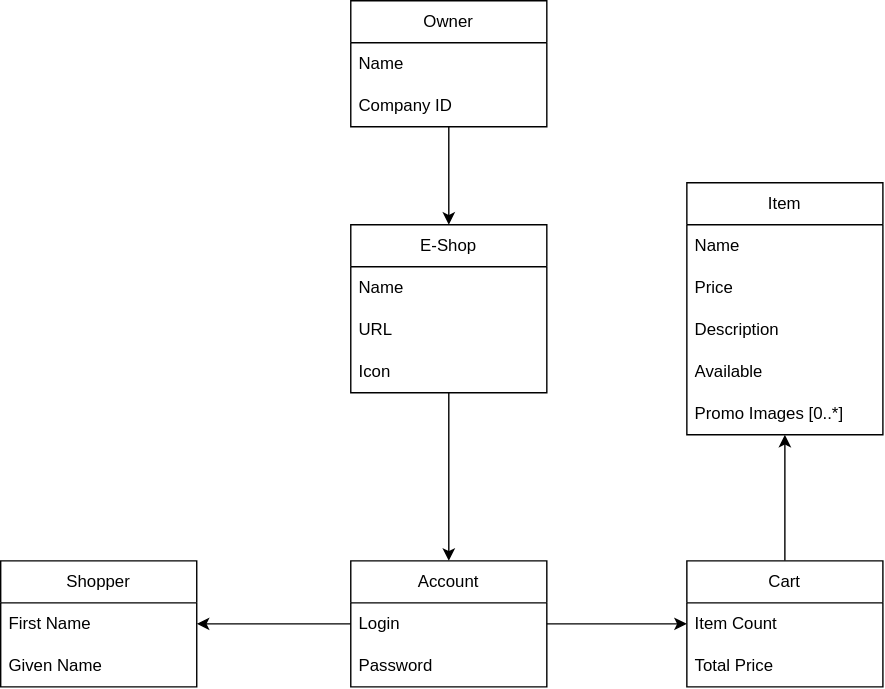
This is HW3/model/hierarchy-1.svg from Me8mer/NPRG036-Data-Formats, a draw.io export, as it was before one commit. Source tidied: cells renumbered, new cells last; positions are measured from the earlier drawing's top-left corner, leaving out a move shared by most shapes. The source it was exported from:
```xml
<mxGraphModel>
  <root>
    <mxCell id="0" />
    <mxCell id="1" parent="0" />
    <mxCell id="2" style="edgeStyle=orthogonalEdgeStyle;rounded=0;jettySize=auto;html=1;" parent="1" edge="1" source="3" target="16">
      <mxGeometry relative="1" as="geometry" />
    </mxCell>
    <mxCell id="3" value="E-Shop" style="swimlane;fontStyle=0;horizontal=1;startSize=30;whiteSpace=wrap;html=1;" parent="1" vertex="1">
      <mxGeometry x="250" y="160" width="140" height="120" as="geometry" />
    </mxCell>
    <mxCell id="4" value="Name" style="text;strokeColor=none;fillColor=none;align=left;verticalAlign=middle;spacingLeft=4;spacingRight=4;overflow=hidden;whiteSpace=wrap;html=1;" parent="3" vertex="1">
      <mxGeometry y="30" width="140" height="30" as="geometry" />
    </mxCell>
    <mxCell id="5" value="URL" style="text;strokeColor=none;fillColor=none;align=left;verticalAlign=middle;spacingLeft=4;spacingRight=4;overflow=hidden;whiteSpace=wrap;html=1;" parent="3" vertex="1">
      <mxGeometry y="60" width="140" height="30" as="geometry" />
    </mxCell>
    <mxCell id="6" value="Icon" style="text;strokeColor=none;fillColor=none;align=left;verticalAlign=middle;spacingLeft=4;spacingRight=4;overflow=hidden;whiteSpace=wrap;html=1;" parent="3" vertex="1">
      <mxGeometry y="90" width="140" height="30" as="geometry" />
    </mxCell>
    <mxCell id="7" style="edgeStyle=orthogonalEdgeStyle;rounded=0;jettySize=auto;html=1;" parent="1" edge="1" source="8" target="3">
      <mxGeometry relative="1" as="geometry" />
    </mxCell>
    <mxCell id="8" value="Owner" style="swimlane;fontStyle=0;horizontal=1;startSize=30;whiteSpace=wrap;html=1;" parent="1" vertex="1">
      <mxGeometry x="250" width="140" height="90" as="geometry" />
    </mxCell>
    <mxCell id="9" value="Name" style="text;strokeColor=none;fillColor=none;align=left;verticalAlign=middle;spacingLeft=4;spacingRight=4;overflow=hidden;whiteSpace=wrap;html=1;" parent="8" vertex="1">
      <mxGeometry y="30" width="140" height="30" as="geometry" />
    </mxCell>
    <mxCell id="10" value="Company ID" style="text;strokeColor=none;fillColor=none;align=left;verticalAlign=middle;spacingLeft=4;spacingRight=4;overflow=hidden;whiteSpace=wrap;html=1;" parent="8" vertex="1">
      <mxGeometry y="60" width="140" height="30" as="geometry" />
    </mxCell>
    <mxCell id="11" value="Shopper" style="swimlane;fontStyle=0;horizontal=1;startSize=30;whiteSpace=wrap;html=1;" parent="1" vertex="1">
      <mxGeometry y="400" width="140" height="90" as="geometry" />
    </mxCell>
    <mxCell id="12" value="First Name" style="text;strokeColor=none;fillColor=none;align=left;verticalAlign=middle;spacingLeft=4;spacingRight=4;overflow=hidden;whiteSpace=wrap;html=1;" parent="11" vertex="1">
      <mxGeometry y="30" width="140" height="30" as="geometry" />
    </mxCell>
    <mxCell id="13" value="Given Name" style="text;strokeColor=none;fillColor=none;align=left;verticalAlign=middle;spacingLeft=4;spacingRight=4;overflow=hidden;whiteSpace=wrap;html=1;" parent="11" vertex="1">
      <mxGeometry y="60" width="140" height="30" as="geometry" />
    </mxCell>
    <mxCell id="14" style="edgeStyle=orthogonalEdgeStyle;rounded=0;jettySize=auto;html=1;" parent="1" edge="1" source="16" target="26">
      <mxGeometry relative="1" as="geometry" />
    </mxCell>
    <mxCell id="15" style="edgeStyle=orthogonalEdgeStyle;rounded=0;jettySize=auto;html=1;" parent="1" edge="1" source="16" target="11">
      <mxGeometry relative="1" as="geometry" />
    </mxCell>
    <mxCell id="16" value="Account" style="swimlane;fontStyle=0;horizontal=1;startSize=30;whiteSpace=wrap;html=1;" parent="1" vertex="1">
      <mxGeometry x="250" y="400" width="140" height="90" as="geometry" />
    </mxCell>
    <mxCell id="17" value="Login" style="text;strokeColor=none;fillColor=none;align=left;verticalAlign=middle;spacingLeft=4;spacingRight=4;overflow=hidden;whiteSpace=wrap;html=1;" parent="16" vertex="1">
      <mxGeometry y="30" width="140" height="30" as="geometry" />
    </mxCell>
    <mxCell id="18" value="Password" style="text;strokeColor=none;fillColor=none;align=left;verticalAlign=middle;spacingLeft=4;spacingRight=4;overflow=hidden;whiteSpace=wrap;html=1;" parent="16" vertex="1">
      <mxGeometry y="60" width="140" height="30" as="geometry" />
    </mxCell>
    <mxCell id="19" value="Item" style="swimlane;fontStyle=0;horizontal=1;startSize=30;whiteSpace=wrap;html=1;" parent="1" vertex="1">
      <mxGeometry x="490" y="130" width="140" height="180" as="geometry" />
    </mxCell>
    <mxCell id="20" value="Name" style="text;strokeColor=none;fillColor=none;align=left;verticalAlign=middle;spacingLeft=4;spacingRight=4;overflow=hidden;whiteSpace=wrap;html=1;" parent="19" vertex="1">
      <mxGeometry y="30" width="140" height="30" as="geometry" />
    </mxCell>
    <mxCell id="21" value="Price" style="text;strokeColor=none;fillColor=none;align=left;verticalAlign=middle;spacingLeft=4;spacingRight=4;overflow=hidden;whiteSpace=wrap;html=1;" parent="19" vertex="1">
      <mxGeometry y="60" width="140" height="30" as="geometry" />
    </mxCell>
    <mxCell id="22" value="Description" style="text;strokeColor=none;fillColor=none;align=left;verticalAlign=middle;spacingLeft=4;spacingRight=4;overflow=hidden;whiteSpace=wrap;html=1;" parent="19" vertex="1">
      <mxGeometry y="90" width="140" height="30" as="geometry" />
    </mxCell>
    <mxCell id="23" value="Available" style="text;strokeColor=none;fillColor=none;align=left;verticalAlign=middle;spacingLeft=4;spacingRight=4;overflow=hidden;whiteSpace=wrap;html=1;" parent="19" vertex="1">
      <mxGeometry y="120" width="140" height="30" as="geometry" />
    </mxCell>
    <mxCell id="24" value="Promo Images [0..*]" style="text;strokeColor=none;fillColor=none;align=left;verticalAlign=middle;spacingLeft=4;spacingRight=4;overflow=hidden;whiteSpace=wrap;html=1;" parent="19" vertex="1">
      <mxGeometry y="150" width="140" height="30" as="geometry" />
    </mxCell>
    <mxCell id="25" style="edgeStyle=orthogonalEdgeStyle;rounded=0;jettySize=auto;html=1;" parent="1" edge="1" source="26" target="19">
      <mxGeometry relative="1" as="geometry" />
    </mxCell>
    <mxCell id="26" value="Cart" style="swimlane;fontStyle=0;horizontal=1;startSize=30;whiteSpace=wrap;html=1;" parent="1" vertex="1">
      <mxGeometry x="490" y="400" width="140" height="90" as="geometry" />
    </mxCell>
    <mxCell id="27" value="Item Count" style="text;strokeColor=none;fillColor=none;align=left;verticalAlign=middle;spacingLeft=4;spacingRight=4;overflow=hidden;whiteSpace=wrap;html=1;" parent="26" vertex="1">
      <mxGeometry y="30" width="140" height="30" as="geometry" />
    </mxCell>
    <mxCell id="28" value="Total Price" style="text;strokeColor=none;fillColor=none;align=left;verticalAlign=middle;spacingLeft=4;spacingRight=4;overflow=hidden;whiteSpace=wrap;html=1;" parent="26" vertex="1">
      <mxGeometry y="60" width="140" height="30" as="geometry" />
    </mxCell>
  </root>
</mxGraphModel>
```
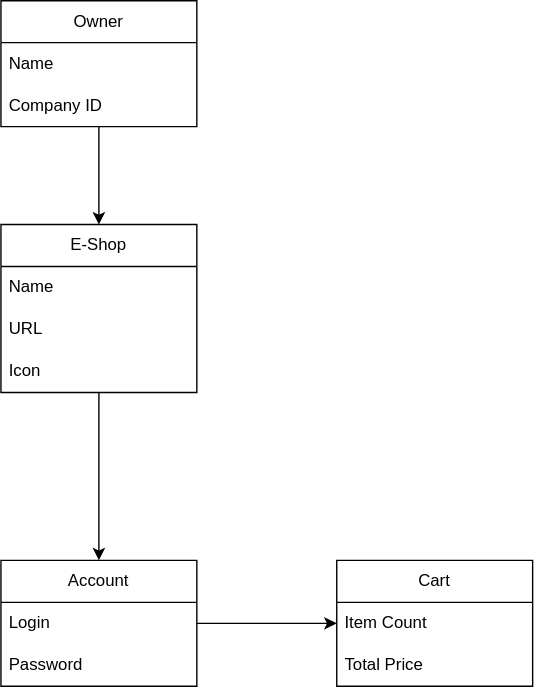
Later version of the same file.

Change to the diagram source:
```diff
@@ -8,9 +8,9 @@
     <mxCell id="3" value="E-Shop" style="swimlane;fontStyle=0;horizontal=1;startSize=30;whiteSpace=wrap;html=1;" parent="1" vertex="1">
       <mxGeometry x="250" y="160" width="140" height="120" as="geometry" />
     </mxCell>
-    <mxCell id="4" value="Name" style="text;strokeColor=none;fillColor=none;align=left;verticalAlign=middle;spacingLeft=4;spacingRight=4;overflow=hidden;whiteSpace=wrap;html=1;" parent="3" vertex="1">
-      <mxGeometry y="30" width="140" height="30" as="geometry" />
-    </mxCell>
+    <mxCell id="29" value="Name" style="text;strokeColor=none;fillColor=none;align=left;verticalAlign=middle;spacingLeft=4;spacingRight=4;overflow=hidden;whiteSpace=wrap;html=1;" parent="3" vertex="1">
+      <mxGeometry y="30" width="140" height="30" as="geometry" />
+    </mxCell>
     <mxCell id="5" value="URL" style="text;strokeColor=none;fillColor=none;align=left;verticalAlign=middle;spacingLeft=4;spacingRight=4;overflow=hidden;whiteSpace=wrap;html=1;" parent="3" vertex="1">
       <mxGeometry y="60" width="140" height="30" as="geometry" />
     </mxCell>
@@ -23,27 +23,15 @@
     <mxCell id="8" value="Owner" style="swimlane;fontStyle=0;horizontal=1;startSize=30;whiteSpace=wrap;html=1;" parent="1" vertex="1">
       <mxGeometry x="250" width="140" height="90" as="geometry" />
     </mxCell>
-    <mxCell id="9" value="Name" style="text;strokeColor=none;fillColor=none;align=left;verticalAlign=middle;spacingLeft=4;spacingRight=4;overflow=hidden;whiteSpace=wrap;html=1;" parent="8" vertex="1">
-      <mxGeometry y="30" width="140" height="30" as="geometry" />
-    </mxCell>
+    <mxCell id="30" value="Name" style="text;strokeColor=none;fillColor=none;align=left;verticalAlign=middle;spacingLeft=4;spacingRight=4;overflow=hidden;whiteSpace=wrap;html=1;" parent="8" vertex="1">
+      <mxGeometry y="30" width="140" height="30" as="geometry" />
+    </mxCell>
     <mxCell id="10" value="Company ID" style="text;strokeColor=none;fillColor=none;align=left;verticalAlign=middle;spacingLeft=4;spacingRight=4;overflow=hidden;whiteSpace=wrap;html=1;" parent="8" vertex="1">
       <mxGeometry y="60" width="140" height="30" as="geometry" />
     </mxCell>
-    <mxCell id="11" value="Shopper" style="swimlane;fontStyle=0;horizontal=1;startSize=30;whiteSpace=wrap;html=1;" parent="1" vertex="1">
-      <mxGeometry y="400" width="140" height="90" as="geometry" />
-    </mxCell>
-    <mxCell id="12" value="First Name" style="text;strokeColor=none;fillColor=none;align=left;verticalAlign=middle;spacingLeft=4;spacingRight=4;overflow=hidden;whiteSpace=wrap;html=1;" parent="11" vertex="1">
-      <mxGeometry y="30" width="140" height="30" as="geometry" />
-    </mxCell>
-    <mxCell id="13" value="Given Name" style="text;strokeColor=none;fillColor=none;align=left;verticalAlign=middle;spacingLeft=4;spacingRight=4;overflow=hidden;whiteSpace=wrap;html=1;" parent="11" vertex="1">
-      <mxGeometry y="60" width="140" height="30" as="geometry" />
-    </mxCell>
     <mxCell id="14" style="edgeStyle=orthogonalEdgeStyle;rounded=0;jettySize=auto;html=1;" parent="1" edge="1" source="16" target="26">
       <mxGeometry relative="1" as="geometry" />
     </mxCell>
-    <mxCell id="15" style="edgeStyle=orthogonalEdgeStyle;rounded=0;jettySize=auto;html=1;" parent="1" edge="1" source="16" target="11">
-      <mxGeometry relative="1" as="geometry" />
-    </mxCell>
     <mxCell id="16" value="Account" style="swimlane;fontStyle=0;horizontal=1;startSize=30;whiteSpace=wrap;html=1;" parent="1" vertex="1">
       <mxGeometry x="250" y="400" width="140" height="90" as="geometry" />
     </mxCell>
@@ -53,27 +41,6 @@
     <mxCell id="18" value="Password" style="text;strokeColor=none;fillColor=none;align=left;verticalAlign=middle;spacingLeft=4;spacingRight=4;overflow=hidden;whiteSpace=wrap;html=1;" parent="16" vertex="1">
       <mxGeometry y="60" width="140" height="30" as="geometry" />
     </mxCell>
-    <mxCell id="19" value="Item" style="swimlane;fontStyle=0;horizontal=1;startSize=30;whiteSpace=wrap;html=1;" parent="1" vertex="1">
-      <mxGeometry x="490" y="130" width="140" height="180" as="geometry" />
-    </mxCell>
-    <mxCell id="20" value="Name" style="text;strokeColor=none;fillColor=none;align=left;verticalAlign=middle;spacingLeft=4;spacingRight=4;overflow=hidden;whiteSpace=wrap;html=1;" parent="19" vertex="1">
-      <mxGeometry y="30" width="140" height="30" as="geometry" />
-    </mxCell>
-    <mxCell id="21" value="Price" style="text;strokeColor=none;fillColor=none;align=left;verticalAlign=middle;spacingLeft=4;spacingRight=4;overflow=hidden;whiteSpace=wrap;html=1;" parent="19" vertex="1">
-      <mxGeometry y="60" width="140" height="30" as="geometry" />
-    </mxCell>
-    <mxCell id="22" value="Description" style="text;strokeColor=none;fillColor=none;align=left;verticalAlign=middle;spacingLeft=4;spacingRight=4;overflow=hidden;whiteSpace=wrap;html=1;" parent="19" vertex="1">
-      <mxGeometry y="90" width="140" height="30" as="geometry" />
-    </mxCell>
-    <mxCell id="23" value="Available" style="text;strokeColor=none;fillColor=none;align=left;verticalAlign=middle;spacingLeft=4;spacingRight=4;overflow=hidden;whiteSpace=wrap;html=1;" parent="19" vertex="1">
-      <mxGeometry y="120" width="140" height="30" as="geometry" />
-    </mxCell>
-    <mxCell id="24" value="Promo Images [0..*]" style="text;strokeColor=none;fillColor=none;align=left;verticalAlign=middle;spacingLeft=4;spacingRight=4;overflow=hidden;whiteSpace=wrap;html=1;" parent="19" vertex="1">
-      <mxGeometry y="150" width="140" height="30" as="geometry" />
-    </mxCell>
-    <mxCell id="25" style="edgeStyle=orthogonalEdgeStyle;rounded=0;jettySize=auto;html=1;" parent="1" edge="1" source="26" target="19">
-      <mxGeometry relative="1" as="geometry" />
-    </mxCell>
     <mxCell id="26" value="Cart" style="swimlane;fontStyle=0;horizontal=1;startSize=30;whiteSpace=wrap;html=1;" parent="1" vertex="1">
       <mxGeometry x="490" y="400" width="140" height="90" as="geometry" />
     </mxCell>
```
